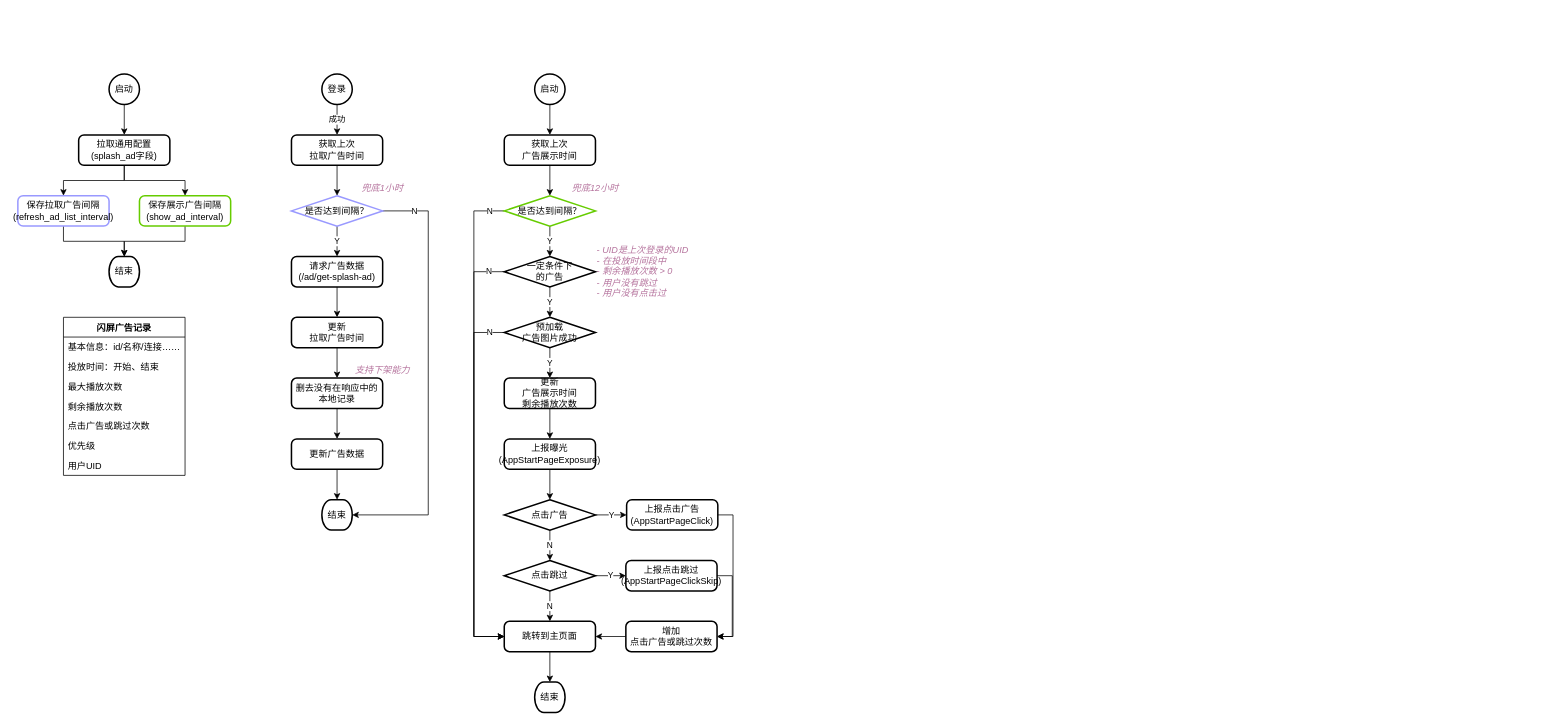
Cmdone/Draw.io keeps this draw.io diagram as 闪屏广告.drawio. Above is the earlier version. Source tidied: cells renumbered, new cells numbered last; positions are measured from the earlier drawing's top-left corner, leaving out a move shared by most shapes. Both pictures are drawn from the tidied source at 76%, with x=0, y=0 at pixel (17, 74).
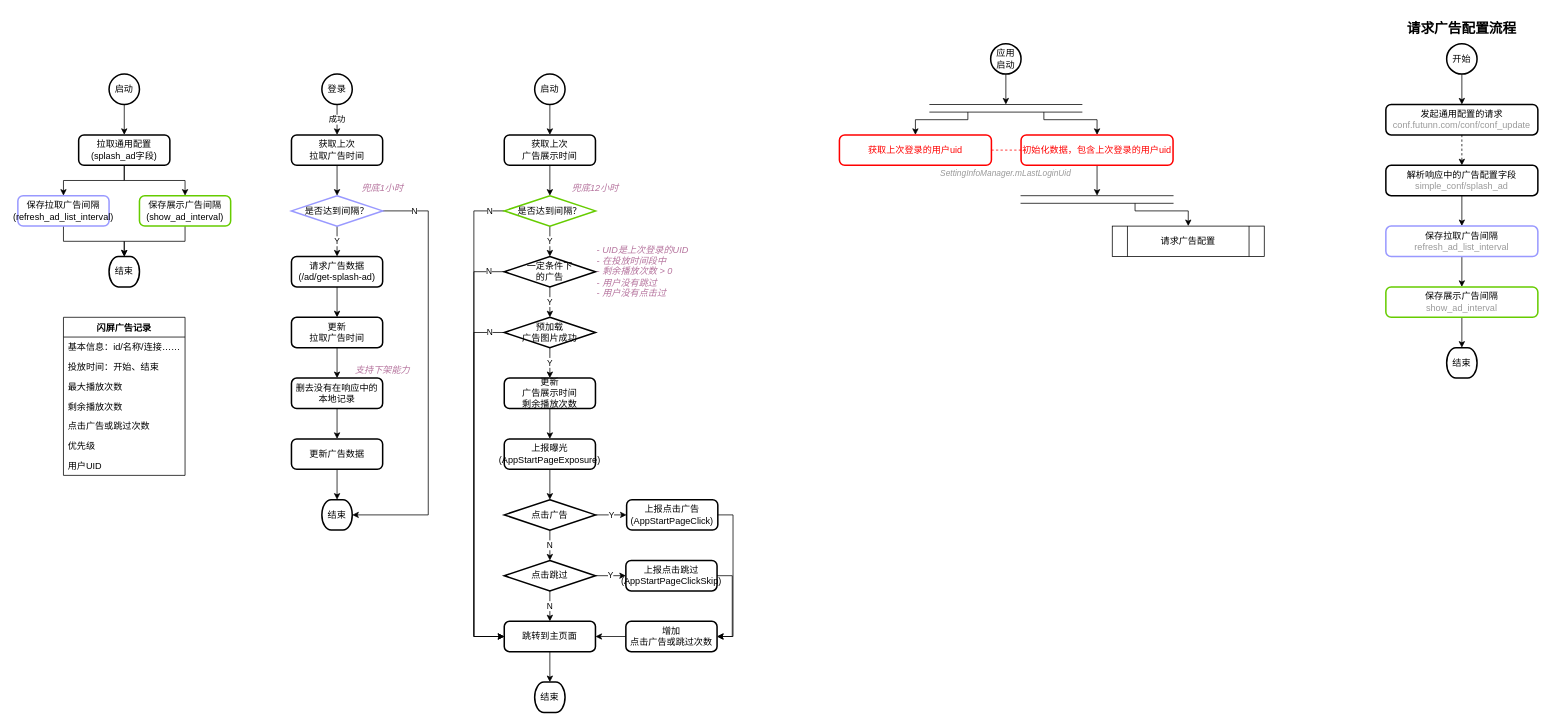
The same diagram, later.

What changed in the source:
```diff
@@
+    <mxCell id="73" style="edgeStyle=orthogonalEdgeStyle;rounded=0;jettySize=auto;html=1;exitX=0.5;exitY=1;exitDx=0;exitDy=0;exitPerimeter=0;entryX=0.5;entryY=0;entryDx=0;entryDy=0;" parent="1" edge="1" source="74" target="78">
+      <mxGeometry relative="1" as="geometry" />
+    </mxCell>
+    <mxCell id="74" value="应用&lt;br&gt;启动" style="strokeWidth=2;html=1;shape=mxgraph.flowchart.start_2;whiteSpace=wrap;fillColor=none;" parent="1" vertex="1">
+      <mxGeometry x="1280" y="-40" width="40" height="40" as="geometry" />
+    </mxCell>
+    <mxCell id="75" value="&lt;font color=&quot;#ff0000&quot;&gt;获取上次登录的用户uid&lt;br&gt;&lt;/font&gt;" style="rounded=1;whiteSpace=wrap;html=1;absoluteArcSize=1;arcSize=14;strokeWidth=2;fillColor=none;strokeColor=#FF0000;" parent="1" vertex="1">
+      <mxGeometry x="1081" y="80" width="200" height="40" as="geometry" />
+    </mxCell>
+    <mxCell id="76" style="edgeStyle=orthogonalEdgeStyle;rounded=0;jettySize=auto;html=1;exitX=0.25;exitY=1;exitDx=0;exitDy=0;entryX=0.5;entryY=0;entryDx=0;entryDy=0;" parent="1" edge="1" source="78" target="75">
+      <mxGeometry relative="1" as="geometry">
+        <Array as="points">
+          <mxPoint x="1250" y="60" />
+          <mxPoint x="1181" y="60" />
+        </Array>
+      </mxGeometry>
+    </mxCell>
+    <mxCell id="77" style="edgeStyle=orthogonalEdgeStyle;rounded=0;jettySize=auto;html=1;exitX=0.75;exitY=1;exitDx=0;exitDy=0;entryX=0.5;entryY=0;entryDx=0;entryDy=0;" parent="1" edge="1" source="78" target="80">
+      <mxGeometry relative="1" as="geometry">
+        <Array as="points">
+          <mxPoint x="1350" y="60" />
+          <mxPoint x="1420" y="60" />
+        </Array>
+      </mxGeometry>
+    </mxCell>
+    <mxCell id="78" style="shape=partialRectangle;whiteSpace=wrap;html=1;left=0;right=0;fillColor=none;strokeColor=#000000;" parent="1" vertex="1">
+      <mxGeometry x="1200" y="40" width="200" height="10" as="geometry" />
+    </mxCell>
+    <mxCell id="79" style="edgeStyle=orthogonalEdgeStyle;rounded=0;jettySize=auto;html=1;exitX=0.5;exitY=1;exitDx=0;exitDy=0;entryX=0.5;entryY=0;entryDx=0;entryDy=0;fontSize=4;fontColor=#000000;strokeColor=#000000;" parent="1" edge="1" source="80" target="90">
+      <mxGeometry relative="1" as="geometry" />
+    </mxCell>
+    <mxCell id="80" value="&lt;font color=&quot;#ff0000&quot;&gt;初始化数据，包含上次登录的用户uid&lt;/font&gt;" style="rounded=1;whiteSpace=wrap;html=1;absoluteArcSize=1;arcSize=14;strokeWidth=2;fillColor=none;strokeColor=#FF0000;" parent="1" vertex="1">
+      <mxGeometry x="1320" y="80" width="200" height="40" as="geometry" />
+    </mxCell>
+    <mxCell id="81" style="endArrow=none;dashed=1;html=1;entryX=0;entryY=0.5;entryDx=0;entryDy=0;exitX=1;exitY=0.5;exitDx=0;exitDy=0;strokeColor=#FF0000;" parent="1" edge="1" source="75" target="80">
+      <mxGeometry relative="1" as="geometry" />
+    </mxCell>
+    <mxCell id="82" value="请求广告配置" style="shape=process;whiteSpace=wrap;html=1;backgroundOutline=1;strokeColor=#000000;fillColor=none;" parent="1" vertex="1">
+      <mxGeometry x="1440" y="200" width="200" height="40" as="geometry" />
+    </mxCell>
+    <mxCell id="83" value="&lt;i&gt;&lt;font style=&quot;font-size: 11px&quot;&gt;SettingInfoManager.mLastLoginUid&lt;/font&gt;&lt;/i&gt;" style="text;html=1;strokeColor=none;fillColor=none;align=center;verticalAlign=middle;whiteSpace=wrap;rounded=0;fontSize=4;fontColor=#999999;" parent="1" vertex="1">
+      <mxGeometry x="1280" y="120" width="40" height="20" as="geometry" />
+    </mxCell>
+    <mxCell id="84" style="edgeStyle=orthogonalEdgeStyle;rounded=0;jettySize=auto;html=1;exitX=0.5;exitY=1;exitDx=0;exitDy=0;exitPerimeter=0;entryX=0.5;entryY=0;entryDx=0;entryDy=0;fontSize=4;fontColor=#999999;strokeColor=#000000;" parent="1" edge="1" source="85" target="87">
+      <mxGeometry relative="1" as="geometry" />
+    </mxCell>
+    <mxCell id="85" value="开始" style="strokeWidth=2;html=1;shape=mxgraph.flowchart.start_2;whiteSpace=wrap;fillColor=none;" parent="1" vertex="1">
+      <mxGeometry x="1880" y="-40" width="40" height="40" as="geometry" />
+    </mxCell>
+    <mxCell id="86" style="edgeStyle=orthogonalEdgeStyle;rounded=0;jettySize=auto;html=1;exitX=0.5;exitY=1;exitDx=0;exitDy=0;entryX=0.5;entryY=0;entryDx=0;entryDy=0;fontSize=4;fontColor=#000000;strokeColor=#000000;dashed=1;" parent="1" edge="1" source="87" target="92">
+      <mxGeometry relative="1" as="geometry" />
+    </mxCell>
+    <mxCell id="87" value="发起通用配置的请求&lt;br&gt;&lt;font color=&quot;#999999&quot;&gt;conf.futunn.com/conf/conf_update&lt;/font&gt;" style="rounded=1;whiteSpace=wrap;html=1;absoluteArcSize=1;arcSize=14;strokeWidth=2;fillColor=none;" parent="1" vertex="1">
+      <mxGeometry x="1800" y="40" width="200" height="40" as="geometry" />
+    </mxCell>
+    <mxCell id="88" value="&lt;b&gt;&lt;font style=&quot;font-size: 18px&quot;&gt;请求广告配置流程&lt;/font&gt;&lt;/b&gt;" style="text;html=1;strokeColor=none;fillColor=none;align=center;verticalAlign=middle;whiteSpace=wrap;rounded=0;fontSize=4;" parent="1" vertex="1">
+      <mxGeometry x="1800" y="-80" width="200" height="40" as="geometry" />
+    </mxCell>
+    <mxCell id="89" style="edgeStyle=orthogonalEdgeStyle;rounded=0;jettySize=auto;html=1;exitX=0.75;exitY=1;exitDx=0;exitDy=0;entryX=0.5;entryY=0;entryDx=0;entryDy=0;fontSize=4;fontColor=#000000;strokeColor=#000000;" parent="1" edge="1" source="90" target="82">
+      <mxGeometry relative="1" as="geometry">
+        <Array as="points">
+          <mxPoint x="1470" y="180" />
+          <mxPoint x="1540" y="180" />
+        </Array>
+      </mxGeometry>
+    </mxCell>
+    <mxCell id="90" style="shape=partialRectangle;whiteSpace=wrap;html=1;left=0;right=0;fillColor=none;strokeColor=#000000;" parent="1" vertex="1">
+      <mxGeometry x="1320" y="160" width="200" height="10" as="geometry" />
+    </mxCell>
+    <mxCell id="91" style="edgeStyle=orthogonalEdgeStyle;rounded=0;jettySize=auto;html=1;exitX=0.5;exitY=1;exitDx=0;exitDy=0;entryX=0.5;entryY=0;entryDx=0;entryDy=0;fontSize=4;fontColor=#000000;strokeColor=#000000;" parent="1" edge="1" source="92" target="94">
+      <mxGeometry relative="1" as="geometry" />
+    </mxCell>
+    <mxCell id="92" value="解析响应中的广告配置字段&lt;br&gt;&lt;font color=&quot;#999999&quot;&gt;simple_conf/splash_ad&lt;/font&gt;" style="rounded=1;whiteSpace=wrap;html=1;absoluteArcSize=1;arcSize=14;strokeWidth=2;fillColor=none;" parent="1" vertex="1">
+      <mxGeometry x="1800" y="120" width="200" height="40" as="geometry" />
+    </mxCell>
+    <mxCell id="93" style="edgeStyle=orthogonalEdgeStyle;rounded=0;jettySize=auto;html=1;exitX=0.5;exitY=1;exitDx=0;exitDy=0;entryX=0.5;entryY=0;entryDx=0;entryDy=0;fontSize=4;fontColor=#000000;strokeColor=#000000;" parent="1" edge="1" source="94" target="96">
+      <mxGeometry relative="1" as="geometry" />
+    </mxCell>
+    <mxCell id="94" value="保存拉取广告间隔&lt;br&gt;&lt;font color=&quot;#999999&quot;&gt;refresh_ad_list_interval&lt;/font&gt;" style="rounded=1;whiteSpace=wrap;html=1;absoluteArcSize=1;arcSize=14;strokeWidth=2;fillColor=none;strokeColor=#9999FF;" parent="1" vertex="1">
+      <mxGeometry x="1800" y="200" width="200" height="40" as="geometry" />
+    </mxCell>
+    <mxCell id="95" style="edgeStyle=orthogonalEdgeStyle;rounded=0;jettySize=auto;html=1;exitX=0.5;exitY=1;exitDx=0;exitDy=0;entryX=0.5;entryY=0;entryDx=0;entryDy=0;entryPerimeter=0;fontSize=4;fontColor=#000000;strokeColor=#000000;" parent="1" edge="1" source="96" target="97">
+      <mxGeometry relative="1" as="geometry" />
+    </mxCell>
+    <mxCell id="96" value="保存展示广告间隔&lt;br&gt;&lt;font color=&quot;#999999&quot;&gt;show_ad_interval&lt;/font&gt;" style="rounded=1;whiteSpace=wrap;html=1;absoluteArcSize=1;arcSize=14;strokeWidth=2;fillColor=none;strokeColor=#66CC00;" parent="1" vertex="1">
+      <mxGeometry x="1800" y="280" width="200" height="40" as="geometry" />
+    </mxCell>
+    <mxCell id="97" value="结束" style="strokeWidth=2;html=1;shape=mxgraph.flowchart.terminator;whiteSpace=wrap;fillColor=none;" parent="1" vertex="1">
+      <mxGeometry x="1880" y="360" width="40" height="40" as="geometry" />
+    </mxCell>
```
